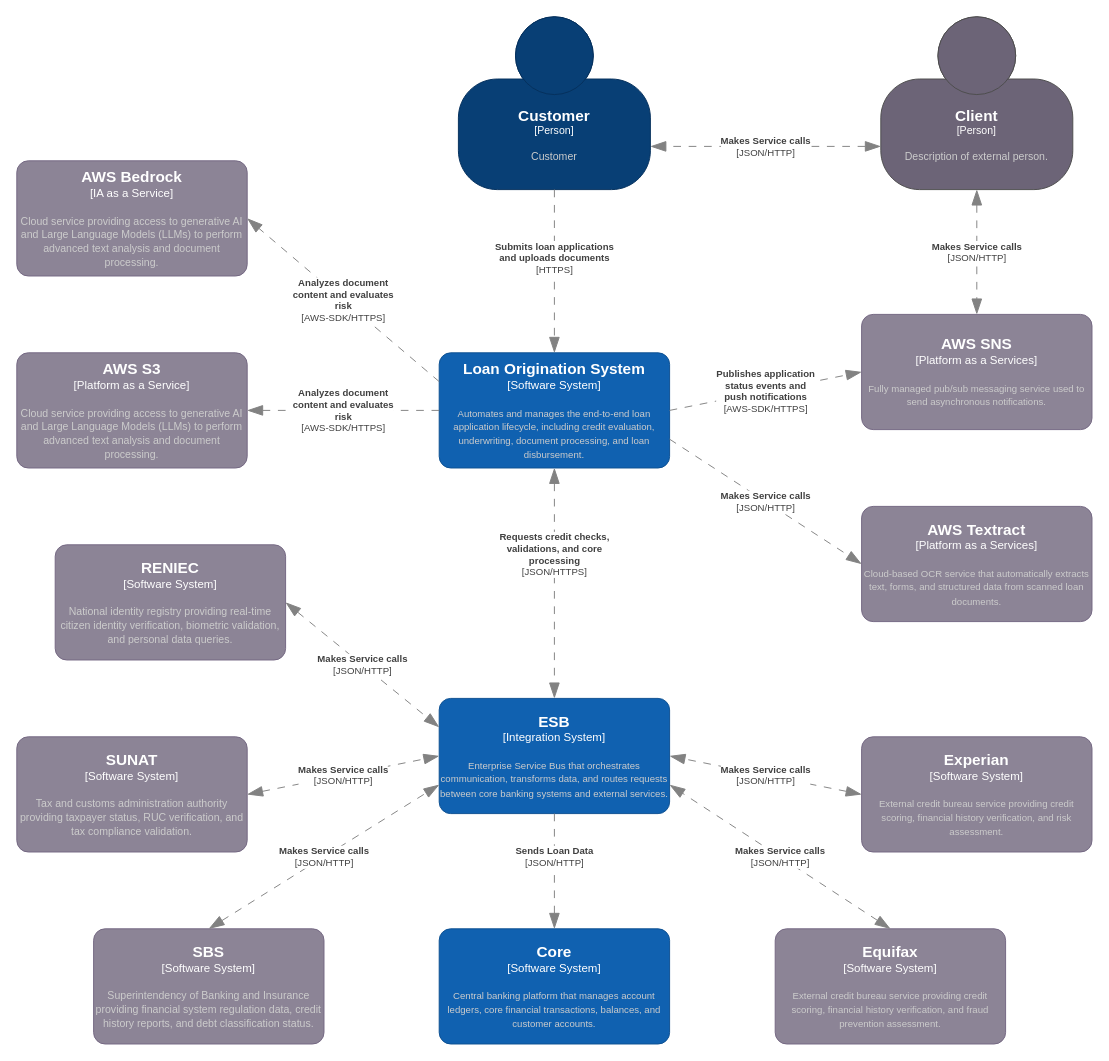
This is page "C1" (1 of 3) of los-bff-arqs.drawio from CdeT-Comite-de-Transformacion/LOS_Docs, a draw.io file, before an edit. Source tidied: cells renumbered, new cells numbered last; positions are measured from the earlier drawing's top-left corner, leaving out a move shared by most shapes. Both pictures are drawn from the tidied source at 96%, with x=0, y=0 at pixel (16, 16).
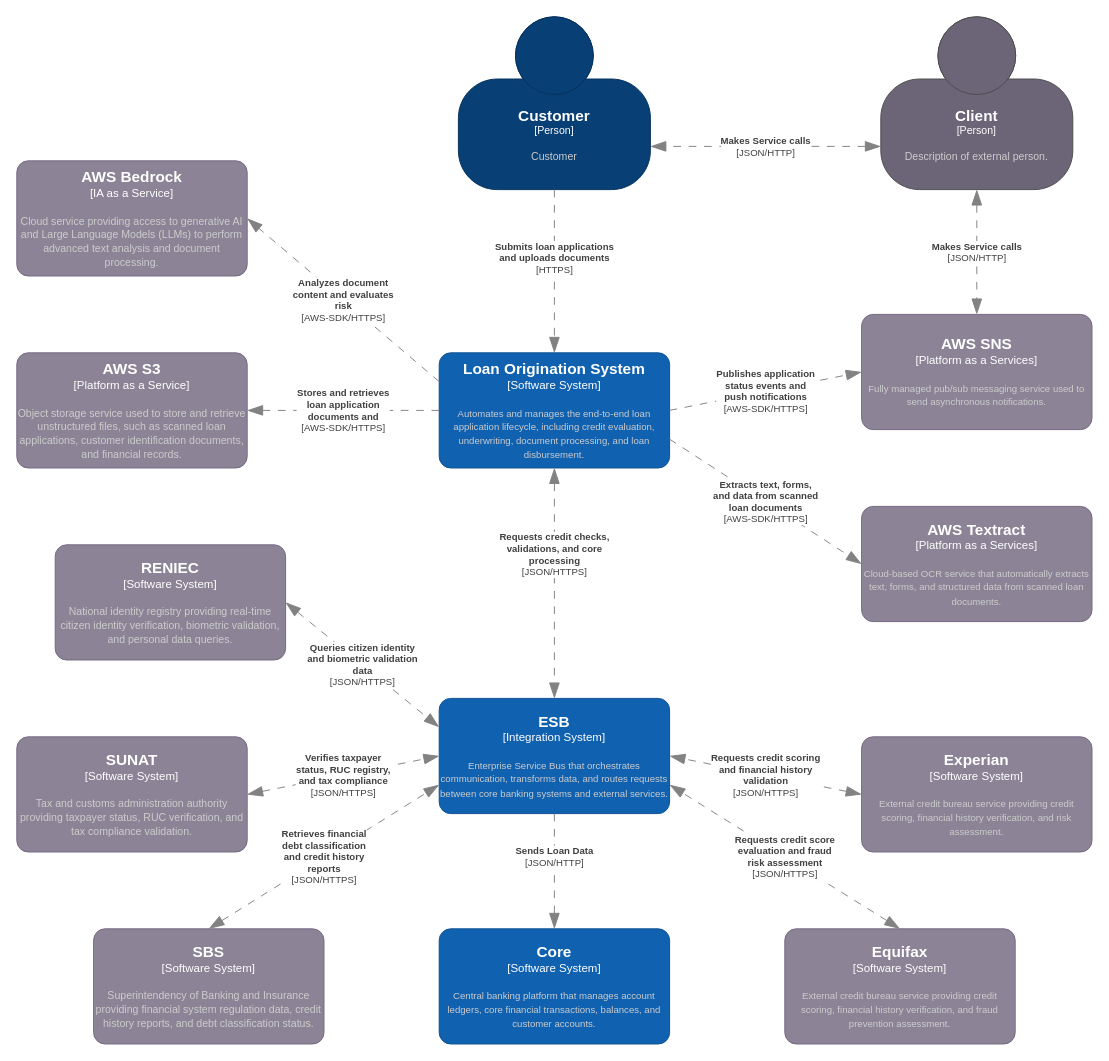
Above is the later version.

Unchanged cells that the change refers to:
```xml
<object id="3" label="&lt;font style=&quot;font-size: 16px&quot;&gt;&lt;b&gt;%c4Name%&lt;/b&gt;&lt;/font&gt;&lt;div&gt;[%c4Type%]&lt;/div&gt;&lt;br&gt;&lt;div&gt;&lt;font style=&quot;font-size: 10px&quot;&gt;&lt;font color=&quot;#cccccc&quot;&gt;%c4Description%&lt;/font&gt;&lt;/font&gt;&lt;/div&gt;" c4Description="Automates and manages the end-to-end loan application lifecycle, including credit evaluation, underwriting, document processing, and loan disbursement." c4Name="Loan Origination System" c4Type="Software System" placeholders="1">
  <mxCell style="rounded=1;whiteSpace=wrap;html=1;labelBackgroundColor=none;fillColor=#1061B0;fontColor=#ffffff;align=center;arcSize=10;strokeColor=#0D5091;points=[[0.25,0,0],[0.5,0,0],[0.75,0,0],[1,0.25,0],[1,0.5,0],[1,0.75,0],[0.75,1,0],[0.5,1,0],[0.25,1,0],[0,0.75,0],[0,0.5,0],[0,0.25,0]];verticalAlign=middle;" parent="1" vertex="1">
    <mxGeometry x="440" y="350" width="240" height="120" as="geometry" />
  </mxCell>
</object>
<object id="5" label="&lt;font style=&quot;font-size: 16px&quot;&gt;&lt;b&gt;%c4Name%&lt;/b&gt;&lt;/font&gt;&lt;div&gt;[%c4Type%]&lt;/div&gt;&lt;br&gt;&lt;div&gt;&lt;font style=&quot;font-size: 10px&quot;&gt;&lt;font color=&quot;#cccccc&quot;&gt;%c4Description%&lt;/font&gt;&lt;/div&gt;" c4Description="Enterprise Service Bus that orchestrates communication, transforms data, and routes requests between core banking systems and external services." c4Name="ESB" c4Type="Integration System" placeholders="1">
  <mxCell style="rounded=1;whiteSpace=wrap;html=1;labelBackgroundColor=none;fillColor=#1061B0;fontColor=#ffffff;align=center;arcSize=10;strokeColor=#0D5091;points=[[0.25,0,0],[0.5,0,0],[0.75,0,0],[1,0.25,0],[1,0.5,0],[1,0.75,0],[0.75,1,0],[0.5,1,0],[0.25,1,0],[0,0.75,0],[0,0.5,0],[0,0.25,0]];" parent="1" vertex="1">
    <mxGeometry x="440" y="710" width="240" height="120" as="geometry" />
  </mxCell>
</object>
<object id="8" label="&lt;font style=&quot;font-size: 16px&quot;&gt;&lt;b&gt;%c4Name%&lt;/b&gt;&lt;/font&gt;&lt;div&gt;[%c4Type%]&lt;/div&gt;&lt;br&gt;&lt;div&gt;&lt;font style=&quot;font-size: 10px&quot;&gt;&lt;font color=&quot;#cccccc&quot;&gt;%c4Description%&lt;/font&gt;&lt;/div&gt;" c4Description="External credit bureau service providing credit scoring, financial history verification, and risk assessment." c4Name="Experian" c4Type="Software System" placeholders="1">
  <mxCell style="rounded=1;whiteSpace=wrap;html=1;labelBackgroundColor=none;fillColor=#8C8496;fontColor=#ffffff;align=center;arcSize=10;strokeColor=#736782;points=[[0.25,0,0],[0.5,0,0],[0.75,0,0],[1,0.25,0],[1,0.5,0],[1,0.75,0],[0.75,1,0],[0.5,1,0],[0.25,1,0],[0,0.75,0],[0,0.5,0],[0,0.25,0]];" parent="1" vertex="1">
    <mxGeometry x="880" y="750" width="240" height="120" as="geometry" />
  </mxCell>
</object>
<object id="12" label="&lt;font style=&quot;font-size: 16px&quot;&gt;&lt;b&gt;%c4Name%&lt;/b&gt;&lt;/font&gt;&lt;div&gt;[%c4Type%]&lt;/div&gt;&lt;br&gt;&lt;div&gt;&lt;font style=&quot;font-size: 10px&quot;&gt;&lt;font color=&quot;#cccccc&quot;&gt;%c4Description%&lt;/font&gt;&lt;/div&gt;" c4Description="Cloud-based OCR service that automatically extracts text, forms, and structured data from scanned loan documents." c4Name="AWS Textract" c4Type="Platform as a Services" placeholders="1">
  <mxCell style="rounded=1;whiteSpace=wrap;html=1;labelBackgroundColor=none;fillColor=#8C8496;fontColor=#ffffff;align=center;arcSize=10;strokeColor=#736782;points=[[0.25,0,0],[0.5,0,0],[0.75,0,0],[1,0.25,0],[1,0.5,0],[1,0.75,0],[0.75,1,0],[0.5,1,0],[0.25,1,0],[0,0.75,0],[0,0.5,0],[0,0.25,0]];" parent="1" vertex="1">
    <mxGeometry x="880" y="510" width="240" height="120" as="geometry" />
  </mxCell>
</object>
<object id="14" label="&lt;font style=&quot;font-size: 16px&quot;&gt;&lt;b&gt;%c4Name%&lt;/b&gt;&lt;/font&gt;&lt;div&gt;[%c4Type%]&lt;/div&gt;&lt;br&gt;&lt;div&gt;&lt;font style=&quot;font-size: 11px&quot;&gt;&lt;font color=&quot;#cccccc&quot;&gt;%c4Description%&lt;/font&gt;&lt;/div&gt;" c4Description="National identity registry providing real-time citizen identity verification, biometric validation, and personal data queries." c4Name="RENIEC" c4Type="Software System" placeholders="1">
  <mxCell style="rounded=1;whiteSpace=wrap;html=1;labelBackgroundColor=none;fillColor=#8C8496;fontColor=#ffffff;align=center;arcSize=10;strokeColor=#736782;points=[[0.25,0,0],[0.5,0,0],[0.75,0,0],[1,0.25,0],[1,0.5,0],[1,0.75,0],[0.75,1,0],[0.5,1,0],[0.25,1,0],[0,0.75,0],[0,0.5,0],[0,0.25,0]];" parent="1" vertex="1">
    <mxGeometry x="40" y="550" width="240" height="120" as="geometry" />
  </mxCell>
</object>
<object id="16" label="&lt;font style=&quot;font-size: 16px&quot;&gt;&lt;b&gt;%c4Name%&lt;/b&gt;&lt;/font&gt;&lt;div&gt;[%c4Type%]&lt;/div&gt;&lt;br&gt;&lt;div&gt;&lt;font style=&quot;font-size: 11px&quot;&gt;&lt;font color=&quot;#cccccc&quot;&gt;%c4Description%&lt;/font&gt;&lt;/div&gt;" c4Description="Tax and customs administration authority providing taxpayer status, RUC verification, and tax compliance validation." c4Name="SUNAT" c4Type="Software System" placeholders="1">
  <mxCell style="rounded=1;whiteSpace=wrap;html=1;labelBackgroundColor=none;fillColor=#8C8496;fontColor=#ffffff;align=center;arcSize=10;strokeColor=#736782;points=[[0.25,0,0],[0.5,0,0],[0.75,0,0],[1,0.25,0],[1,0.5,0],[1,0.75,0],[0.75,1,0],[0.5,1,0],[0.25,1,0],[0,0.75,0],[0,0.5,0],[0,0.25,0]];" parent="1" vertex="1">
    <mxGeometry y="750" width="240" height="120" as="geometry" />
  </mxCell>
</object>
<object id="18" label="&lt;font style=&quot;font-size: 16px&quot;&gt;&lt;b&gt;%c4Name%&lt;/b&gt;&lt;/font&gt;&lt;div&gt;[%c4Type%]&lt;/div&gt;&lt;br&gt;&lt;div&gt;&lt;font style=&quot;font-size: 11px&quot;&gt;&lt;font color=&quot;#cccccc&quot;&gt;%c4Description%&lt;/font&gt;&lt;/div&gt;" c4Description="Superintendency of Banking and Insurance providing financial system regulation data, credit history reports, and debt classification status." c4Name="SBS" c4Type="Software System" placeholders="1">
  <mxCell style="rounded=1;whiteSpace=wrap;html=1;labelBackgroundColor=none;fillColor=#8C8496;fontColor=#ffffff;align=center;arcSize=10;strokeColor=#736782;points=[[0.25,0,0],[0.5,0,0],[0.75,0,0],[1,0.25,0],[1,0.5,0],[1,0.75,0],[0.75,1,0],[0.5,1,0],[0.25,1,0],[0,0.75,0],[0,0.5,0],[0,0.25,0]];" parent="1" vertex="1">
    <mxGeometry x="80" y="950" width="240" height="120" as="geometry" />
  </mxCell>
</object>
```

Change to the diagram source:
```diff
@@
     <object id="4" label="&lt;font style=&quot;font-size: 16px&quot;&gt;&lt;b&gt;%c4Name%&lt;/b&gt;&lt;/font&gt;&lt;div&gt;[%c4Type%]&lt;/div&gt;&lt;br&gt;&lt;div&gt;&lt;font style=&quot;font-size: 10px&quot;&gt;&lt;font color=&quot;#cccccc&quot;&gt;%c4Description%&lt;/font&gt;&lt;/div&gt;" c4Description="External credit bureau service providing credit scoring, financial history verification, and fraud prevention assessment." c4Name="Equifax" c4Type="Software System" placeholders="1">
       <mxCell style="rounded=1;whiteSpace=wrap;html=1;labelBackgroundColor=none;fillColor=#8C8496;fontColor=#ffffff;align=center;arcSize=10;strokeColor=#736782;points=[[0.25,0,0],[0.5,0,0],[0.75,0,0],[1,0.25,0],[1,0.5,0],[1,0.75,0],[0.75,1,0],[0.5,1,0],[0.25,1,0],[0,0.75,0],[0,0.5,0],[0,0.25,0]];" parent="1" vertex="1">
-        <mxGeometry x="790" y="950" width="240" height="120" as="geometry" />
+        <mxGeometry x="800" y="950" width="240" height="120" as="geometry" />
       </mxCell>
     </object>
@@
-    <object id="7" label="&lt;div style=&quot;text-align: left&quot;&gt;&lt;div style=&quot;text-align: center&quot;&gt;&lt;b&gt;%c4Description%&lt;/b&gt;&lt;/div&gt;&lt;div style=&quot;text-align: center&quot;&gt;[%c4Technology%]&lt;/div&gt;&lt;/div&gt;" c4Description="Makes Service calls" c4Technology="JSON/HTTP" placeholders="1">
+    <object id="7" label="&lt;div style=&quot;text-align: left&quot;&gt;&lt;div style=&quot;text-align: center&quot;&gt;&lt;b&gt;%c4Description%&lt;/b&gt;&lt;/div&gt;&lt;div style=&quot;text-align: center&quot;&gt;[%c4Technology%]&lt;/div&gt;&lt;/div&gt;" c4Description="Requests credit score&#10;evaluation and fraud &#10;risk assessment" c4Technology="JSON/HTTPS" placeholders="1">
       <mxCell style="endArrow=blockThin;html=1;fontSize=10;fontColor=#404040;strokeWidth=1;endFill=1;strokeColor=#828282;elbow=vertical;endSize=14;startSize=14;jumpStyle=arc;jumpSize=16;rounded=0;exitX=0.5;exitY=0;exitDx=0;exitDy=0;exitPerimeter=0;entryX=1;entryY=0.75;entryDx=0;entryDy=0;entryPerimeter=0;dashed=1;dashPattern=8 8;startArrow=blockThin;startFill=1;" parent="1" edge="1" source="4" target="5">
         <mxGeometry relative="1" as="geometry" />
       </mxCell>
     </object>
@@
-    <object id="9" label="&lt;div style=&quot;text-align: left&quot;&gt;&lt;div style=&quot;text-align: center&quot;&gt;&lt;b&gt;%c4Description%&lt;/b&gt;&lt;/div&gt;&lt;div style=&quot;text-align: center&quot;&gt;[%c4Technology%]&lt;/div&gt;&lt;/div&gt;" c4Description="Makes Service calls" c4Technology="JSON/HTTP" placeholders="1">
+    <object id="9" label="&lt;div style=&quot;text-align: left&quot;&gt;&lt;div style=&quot;text-align: center&quot;&gt;&lt;b&gt;%c4Description%&lt;/b&gt;&lt;/div&gt;&lt;div style=&quot;text-align: center&quot;&gt;[%c4Technology%]&lt;/div&gt;&lt;/div&gt;" c4Description="Requests credit scoring &#10;and financial history &#10;validation" c4Technology="JSON/HTTPS" placeholders="1">
       <mxCell style="endArrow=blockThin;html=1;fontSize=10;fontColor=#404040;strokeWidth=1;endFill=1;strokeColor=#828282;elbow=vertical;endSize=14;startSize=14;jumpStyle=arc;jumpSize=16;rounded=0;exitX=0;exitY=0.5;exitDx=0;exitDy=0;exitPerimeter=0;entryX=1;entryY=0.5;entryDx=0;entryDy=0;entryPerimeter=0;dashed=1;dashPattern=8 8;startArrow=blockThin;startFill=1;" parent="1" edge="1" source="8" target="5">
         <mxGeometry relative="1" as="geometry" />
       </mxCell>
     </object>
@@
-    <object id="13" label="&lt;div style=&quot;text-align: left&quot;&gt;&lt;div style=&quot;text-align: center&quot;&gt;&lt;b&gt;%c4Description%&lt;/b&gt;&lt;/div&gt;&lt;div style=&quot;text-align: center&quot;&gt;[%c4Technology%]&lt;/div&gt;&lt;/div&gt;" c4Description="Makes Service calls" c4Technology="JSON/HTTP" placeholders="1">
+    <object id="13" label="&lt;div style=&quot;text-align: left&quot;&gt;&lt;div style=&quot;text-align: center&quot;&gt;&lt;b&gt;%c4Description%&lt;/b&gt;&lt;/div&gt;&lt;div style=&quot;text-align: center&quot;&gt;[%c4Technology%]&lt;/div&gt;&lt;/div&gt;" c4Description="Extracts text, forms, &#10;and data from scanned &#10;loan documents" c4Technology="AWS-SDK/HTTPS" placeholders="1">
       <mxCell style="endArrow=blockThin;html=1;fontSize=10;fontColor=#404040;strokeWidth=1;endFill=1;strokeColor=#828282;elbow=vertical;endSize=14;startSize=14;jumpStyle=arc;jumpSize=16;rounded=0;exitX=1;exitY=0.75;exitDx=0;exitDy=0;exitPerimeter=0;dashed=1;dashPattern=8 8;startArrow=none;startFill=0;entryX=0;entryY=0.5;entryDx=0;entryDy=0;entryPerimeter=0;" parent="1" edge="1" source="3" target="12">
         <mxGeometry relative="1" as="geometry" />
       </mxCell>
     </object>
@@
-    <object id="15" label="&lt;div style=&quot;text-align: left&quot;&gt;&lt;div style=&quot;text-align: center&quot;&gt;&lt;b&gt;%c4Description%&lt;/b&gt;&lt;/div&gt;&lt;div style=&quot;text-align: center&quot;&gt;[%c4Technology%]&lt;/div&gt;&lt;/div&gt;" c4Description="Makes Service calls" c4Technology="JSON/HTTP" placeholders="1">
+    <object id="15" label="&lt;div style=&quot;text-align: left&quot;&gt;&lt;div style=&quot;text-align: center&quot;&gt;&lt;b&gt;%c4Description%&lt;/b&gt;&lt;/div&gt;&lt;div style=&quot;text-align: center&quot;&gt;[%c4Technology%]&lt;/div&gt;&lt;/div&gt;" c4Description="Queries citizen identity &#10;and biometric validation &#10;data" c4Technology="JSON/HTTPS" placeholders="1">
       <mxCell style="endArrow=blockThin;html=1;fontSize=10;fontColor=#404040;strokeWidth=1;endFill=1;strokeColor=#828282;elbow=vertical;endSize=14;startSize=14;jumpStyle=arc;jumpSize=16;rounded=0;exitX=1;exitY=0.5;exitDx=0;exitDy=0;exitPerimeter=0;entryX=0;entryY=0.25;entryDx=0;entryDy=0;entryPerimeter=0;dashed=1;dashPattern=8 8;startArrow=blockThin;startFill=1;" parent="1" edge="1" source="14" target="5">
         <mxGeometry relative="1" as="geometry" />
       </mxCell>
     </object>
@@
-    <object id="17" label="&lt;div style=&quot;text-align: left&quot;&gt;&lt;div style=&quot;text-align: center&quot;&gt;&lt;b&gt;%c4Description%&lt;/b&gt;&lt;/div&gt;&lt;div style=&quot;text-align: center&quot;&gt;[%c4Technology%]&lt;/div&gt;&lt;/div&gt;" c4Description="Makes Service calls" c4Technology="JSON/HTTP" placeholders="1">
+    <object id="17" label="&lt;div style=&quot;text-align: left&quot;&gt;&lt;div style=&quot;text-align: center&quot;&gt;&lt;b&gt;%c4Description%&lt;/b&gt;&lt;/div&gt;&lt;div style=&quot;text-align: center&quot;&gt;[%c4Technology%]&lt;/div&gt;&lt;/div&gt;" c4Description="Verifies taxpayer &#10;status, RUC registry, &#10;and tax compliance" c4Technology="JSON/HTTPS" placeholders="1">
       <mxCell style="endArrow=blockThin;html=1;fontSize=10;fontColor=#404040;strokeWidth=1;endFill=1;strokeColor=#828282;elbow=vertical;endSize=14;startSize=14;jumpStyle=arc;jumpSize=16;rounded=0;exitX=1;exitY=0.5;exitDx=0;exitDy=0;exitPerimeter=0;entryX=0;entryY=0.5;entryDx=0;entryDy=0;entryPerimeter=0;dashed=1;dashPattern=8 8;startArrow=blockThin;startFill=1;" parent="1" edge="1" source="16" target="5">
         <mxGeometry relative="1" as="geometry" />
       </mxCell>
     </object>
@@
-    <object id="19" label="&lt;div style=&quot;text-align: left&quot;&gt;&lt;div style=&quot;text-align: center&quot;&gt;&lt;b&gt;%c4Description%&lt;/b&gt;&lt;/div&gt;&lt;div style=&quot;text-align: center&quot;&gt;[%c4Technology%]&lt;/div&gt;&lt;/div&gt;" c4Description="Makes Service calls" c4Technology="JSON/HTTP" placeholders="1">
+    <object id="19" label="&lt;div style=&quot;text-align: left&quot;&gt;&lt;div style=&quot;text-align: center&quot;&gt;&lt;b&gt;%c4Description%&lt;/b&gt;&lt;/div&gt;&lt;div style=&quot;text-align: center&quot;&gt;[%c4Technology%]&lt;/div&gt;&lt;/div&gt;" c4Description="Retrieves financial &#10;debt classification &#10;and credit history &#10;reports" c4Technology="JSON/HTTPS" placeholders="1">
       <mxCell style="endArrow=blockThin;html=1;fontSize=10;fontColor=#404040;strokeWidth=1;endFill=1;strokeColor=#828282;elbow=vertical;endSize=14;startSize=14;jumpStyle=arc;jumpSize=16;rounded=0;exitX=0.5;exitY=0;exitDx=0;exitDy=0;exitPerimeter=0;entryX=0;entryY=0.75;entryDx=0;entryDy=0;entryPerimeter=0;dashed=1;dashPattern=8 8;startArrow=blockThin;startFill=1;" parent="1" edge="1" source="18" target="5">
         <mxGeometry relative="1" as="geometry" />
       </mxCell>
     </object>
@@
-    <object id="28" label="&lt;font style=&quot;font-size: 16px&quot;&gt;&lt;b&gt;%c4Name%&lt;/b&gt;&lt;/font&gt;&lt;div&gt;[%c4Type%]&lt;/div&gt;&lt;br&gt;&lt;div&gt;&lt;font style=&quot;font-size: 11px&quot;&gt;&lt;font color=&quot;#cccccc&quot;&gt;%c4Description%&lt;/font&gt;&lt;/div&gt;" c4Description="Cloud service providing access to generative AI and Large Language Models (LLMs) to perform advanced text analysis and document processing." c4Name="AWS S3" c4Type="Platform as a Service" placeholders="1">
+    <object id="28" label="&lt;font style=&quot;font-size: 16px&quot;&gt;&lt;b&gt;%c4Name%&lt;/b&gt;&lt;/font&gt;&lt;div&gt;[%c4Type%]&lt;/div&gt;&lt;br&gt;&lt;div&gt;&lt;font style=&quot;font-size: 11px&quot;&gt;&lt;font color=&quot;#cccccc&quot;&gt;%c4Description%&lt;/font&gt;&lt;/div&gt;" c4Description="Object storage service used to store and retrieve unstructured files, such as scanned loan applications, customer identification documents, and financial records." c4Name="AWS S3" c4Type="Platform as a Service" placeholders="1">
       <mxCell style="rounded=1;whiteSpace=wrap;html=1;labelBackgroundColor=none;fillColor=#8C8496;fontColor=#ffffff;align=center;arcSize=10;strokeColor=#736782;points=[[0.25,0,0],[0.5,0,0],[0.75,0,0],[1,0.25,0],[1,0.5,0],[1,0.75,0],[0.75,1,0],[0.5,1,0],[0.25,1,0],[0,0.75,0],[0,0.5,0],[0,0.25,0]];" parent="1" vertex="1">
         <mxGeometry y="350" width="240" height="120" as="geometry" />
       </mxCell>
     </object>
-    <object id="29" label="&lt;div style=&quot;text-align: left&quot;&gt;&lt;div style=&quot;text-align: center&quot;&gt;&lt;b&gt;%c4Description%&lt;/b&gt;&lt;/div&gt;&lt;div style=&quot;text-align: center&quot;&gt;[%c4Technology%]&lt;/div&gt;&lt;/div&gt;" c4Description="Analyzes document &#10;content and evaluates &#10;risk" c4Technology="AWS-SDK/HTTPS" placeholders="1">
+    <object id="29" label="&lt;div style=&quot;text-align: left&quot;&gt;&lt;div style=&quot;text-align: center&quot;&gt;&lt;b&gt;%c4Description%&lt;/b&gt;&lt;/div&gt;&lt;div style=&quot;text-align: center&quot;&gt;[%c4Technology%]&lt;/div&gt;&lt;/div&gt;" c4Description="Stores and retrieves &#10;loan application &#10;documents and" c4Technology="AWS-SDK/HTTPS" placeholders="1">
       <mxCell style="endArrow=blockThin;html=1;fontSize=10;fontColor=#404040;strokeWidth=1;endFill=1;strokeColor=#828282;elbow=vertical;endSize=14;startSize=14;jumpStyle=arc;jumpSize=16;rounded=0;entryX=1;entryY=0.5;entryDx=0;entryDy=0;entryPerimeter=0;dashed=1;dashPattern=8 8;startArrow=none;startFill=0;" parent="1" edge="1" source="3" target="28">
         <mxGeometry relative="1" as="geometry" />
       </mxCell>
     </object>
```
